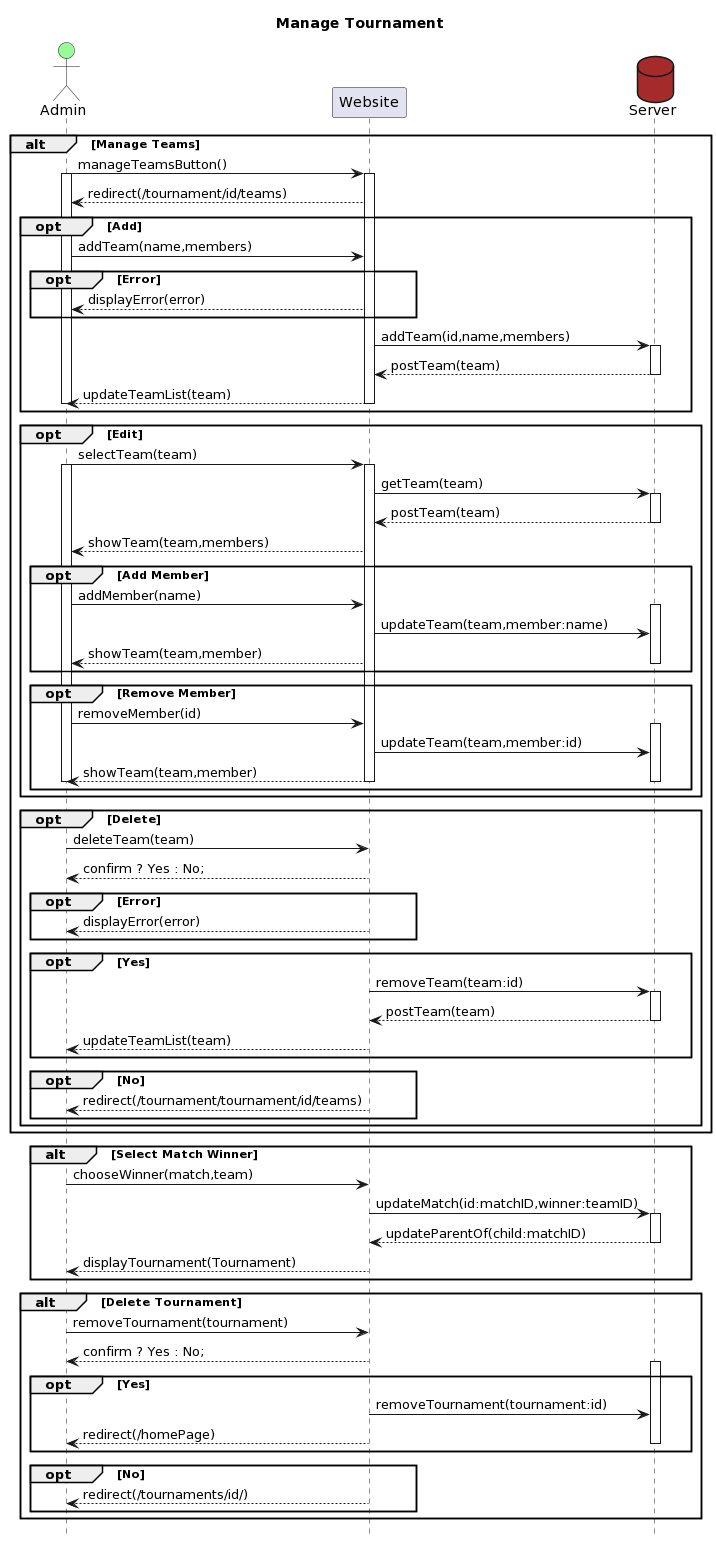
felixalbrigtsen/asura-tmdb keeps this PlantUML diagram as documentation/renders/sequenceDiagramManage.png. Above is the earlier version. Its diagram source:
```plantuml
@startuml
title Manage Tournament
Actor Admin #palegreen
participant Website
database Server #brown
hide footbox

alt Manage Teams
    Admin->Website: manageTeamsButton()
    activate Admin
    activate Website
    Website-->Admin: redirect(/tournament/id/teams)
        opt Add
            Admin->Website: addTeam(name,members)
                opt Error
                    Website-->Admin: displayError(error)
                end
            Website->Server: addTeam(id,name,members)
            activate Server
            Server-->Website: postTeam(team)
            deactivate Server
            Website-->Admin: updateTeamList(team)
            deactivate Admin
            deactivate Website
        end
    opt Edit
        Admin->Website: selectTeam(team)
        activate Admin
        activate Website
        Website->Server: getTeam(team)
        activate Server
        Server-->Website: postTeam(team)
        deactivate Server
        Website-->Admin: showTeam(team,members)
            opt Add Member
                Admin->Website: addMember(name)
                activate Server
                Website->Server: updateTeam(team,member:name)
                Website-->Admin: showTeam(team,member)
                deactivate Server
            end
            opt Remove Member
                Admin->Website: removeMember(id)
                activate Server
                Website->Server: updateTeam(team,member:id)
                Website-->Admin: showTeam(team,member)
                deactivate Server
                deactivate Admin
                deactivate Website
            end

    end

    opt Delete
    activate Admin
    activate Website
        Admin->Website: deleteTeam(team)
        Website-->Admin: confirm ? Yes : No;
                opt Error
                    Website-->Admin: displayError(error)
                end
            opt Yes
                Website->Server: removeTeam(team:id)
                activate Server
                Server-->Website: postTeam(team)
                deactivate Server
                Website-->Admin: updateTeamList(team)
            end
            opt No
                Website-->Admin: redirect(/tournament/tournament/id/teams)
            end
        deactivate Admin
        deactivate Website
    end
end

alt Select Match Winner
    Admin->Website: chooseWinner(match,team)
    Website->Server: updateMatch(id:matchID,winner:teamID)
activate Server
    Server-->Website: updateParentOf(child:matchID)
deactivate Server
    Website-->Admin: displayTournament(Tournament)
end

alt Delete Tournament
    Admin->Website: removeTournament(tournament)
    Website-->Admin: confirm ? Yes : No;
    opt Yes
        activate Server
        Website->Server: removeTournament(tournament:id)
        Website-->Admin: redirect(/homePage)
        deactivate Server
    end
    opt No
        Website-->Admin: redirect(/tournaments/id/)
    end
    deactivate Admin
    deactivate Website
end
@enduml
```
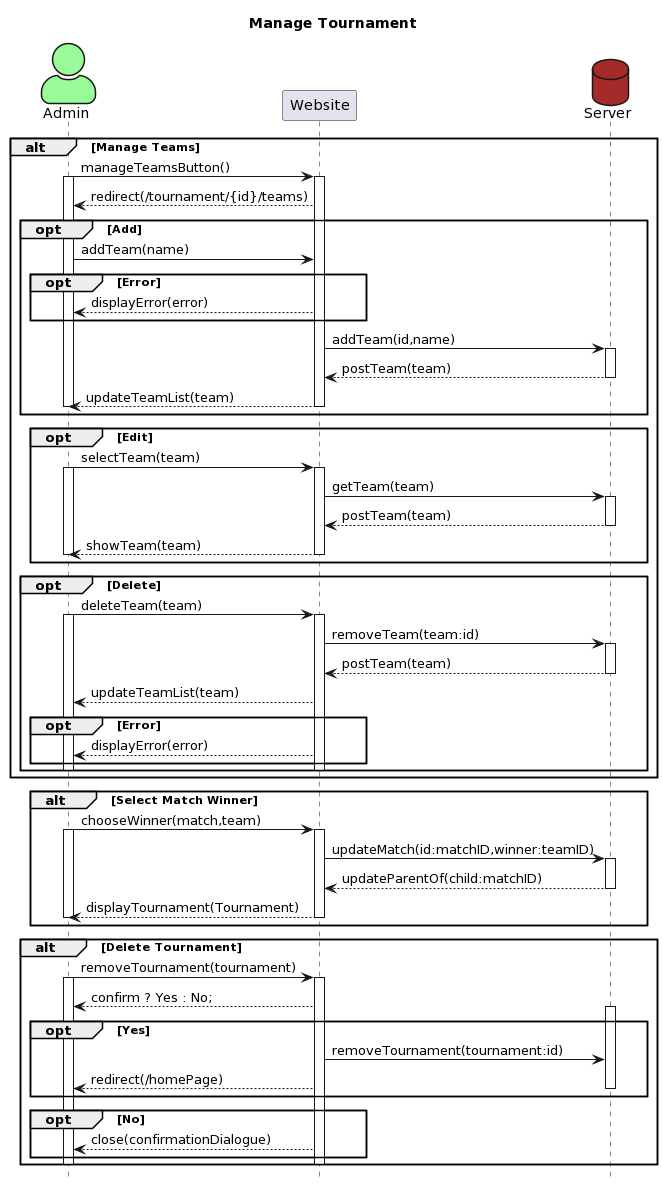
Later version of the same file.

Change to the diagram source:
```diff
@@ -1,5 +1,7 @@
 @startuml
 title Manage Tournament
+skinparam actorStyle awesome
+
 Actor Admin #palegreen
 participant Website
 database Server #brown
@@ -9,13 +11,13 @@
     Admin->Website: manageTeamsButton()
     activate Admin
     activate Website
-    Website-->Admin: redirect(/tournament/id/teams)
+    Website-->Admin: redirect(/tournament/{id}/teams)
         opt Add
-            Admin->Website: addTeam(name,members)
+            Admin->Website: addTeam(name)
                 opt Error
                     Website-->Admin: displayError(error)
                 end
-            Website->Server: addTeam(id,name,members)
+            Website->Server: addTeam(id,name)
             activate Server
             Server-->Website: postTeam(team)
             deactivate Server
@@ -31,60 +33,45 @@
         activate Server
         Server-->Website: postTeam(team)
         deactivate Server
-        Website-->Admin: showTeam(team,members)
-            opt Add Member
-                Admin->Website: addMember(name)
-                activate Server
-                Website->Server: updateTeam(team,member:name)
-                Website-->Admin: showTeam(team,member)
-                deactivate Server
-            end
-            opt Remove Member
-                Admin->Website: removeMember(id)
-                activate Server
-                Website->Server: updateTeam(team,member:id)
-                Website-->Admin: showTeam(team,member)
-                deactivate Server
-                deactivate Admin
-                deactivate Website
-            end
-
+        Website-->Admin: showTeam(team)
+        deactivate Admin
+        deactivate Website
     end
 
     opt Delete
+    Admin->Website: deleteTeam(team)
     activate Admin
     activate Website
-        Admin->Website: deleteTeam(team)
-        Website-->Admin: confirm ? Yes : No;
-                opt Error
-                    Website-->Admin: displayError(error)
-                end
-            opt Yes
-                Website->Server: removeTeam(team:id)
-                activate Server
-                Server-->Website: postTeam(team)
-                deactivate Server
-                Website-->Admin: updateTeamList(team)
-            end
-            opt No
-                Website-->Admin: redirect(/tournament/tournament/id/teams)
-            end
-        deactivate Admin
-        deactivate Website
+        Website->Server: removeTeam(team:id)
+            activate Server
+            Server-->Website: postTeam(team)
+            deactivate Server
+        Website-->Admin: updateTeamList(team)
+        opt Error
+            Website-->Admin: displayError(error)
+        end
+    deactivate Admin
+    deactivate Website
     end
 end
 
 alt Select Match Winner
     Admin->Website: chooseWinner(match,team)
+    activate Admin
+    activate Website
     Website->Server: updateMatch(id:matchID,winner:teamID)
-activate Server
-    Server-->Website: updateParentOf(child:matchID)
-deactivate Server
+    activate Server
+        Server-->Website: updateParentOf(child:matchID)
+    deactivate Server
     Website-->Admin: displayTournament(Tournament)
+deactivate Admin
+deactivate Website
 end
 
 alt Delete Tournament
     Admin->Website: removeTournament(tournament)
+    activate Admin
+    activate Website
     Website-->Admin: confirm ? Yes : No;
     opt Yes
         activate Server
@@ -93,7 +80,7 @@
         deactivate Server
     end
     opt No
-        Website-->Admin: redirect(/tournaments/id/)
+        Website-->Admin: close(confirmationDialogue)
     end
     deactivate Admin
     deactivate Website
```
